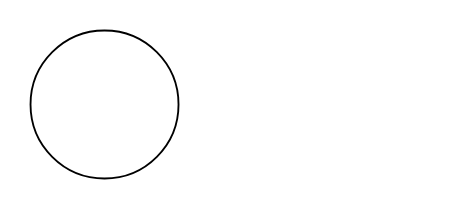
This is Diagramme sans nom.drawio from CyrilFreeman/Diagramme_internet, a draw.io file, before an edit. Source tidied: cells renumbered, new cells numbered last; positions are measured from the earlier drawing's top-left corner, leaving out a move shared by most shapes. Both pictures are drawn from the tidied source at 185%, with x=0, y=0 at pixel (30, 30).
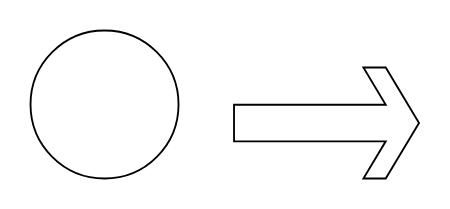
The same page after the edit.

Diff of the diagram source:
```diff
@@
 <mxGraphModel>
   <root>
     <mxCell id="0" />
     <mxCell id="1" parent="0" />
     <mxCell id="2" style="ellipse;whiteSpace=wrap;html=1;" parent="1" vertex="1">
       <mxGeometry width="80" height="80" as="geometry" />
     </mxCell>
+    <mxCell id="3" style="html=1;shadow=0;dashed=0;align=center;verticalAlign=middle;shape=mxgraph.arrows2.sharpArrow;dy1=0.67;dx1=18;dx2=18;notch=0;" parent="1" vertex="1">
+      <mxGeometry x="110" y="20" width="100" height="60" as="geometry" />
+    </mxCell>
   </root>
 </mxGraphModel>
```
